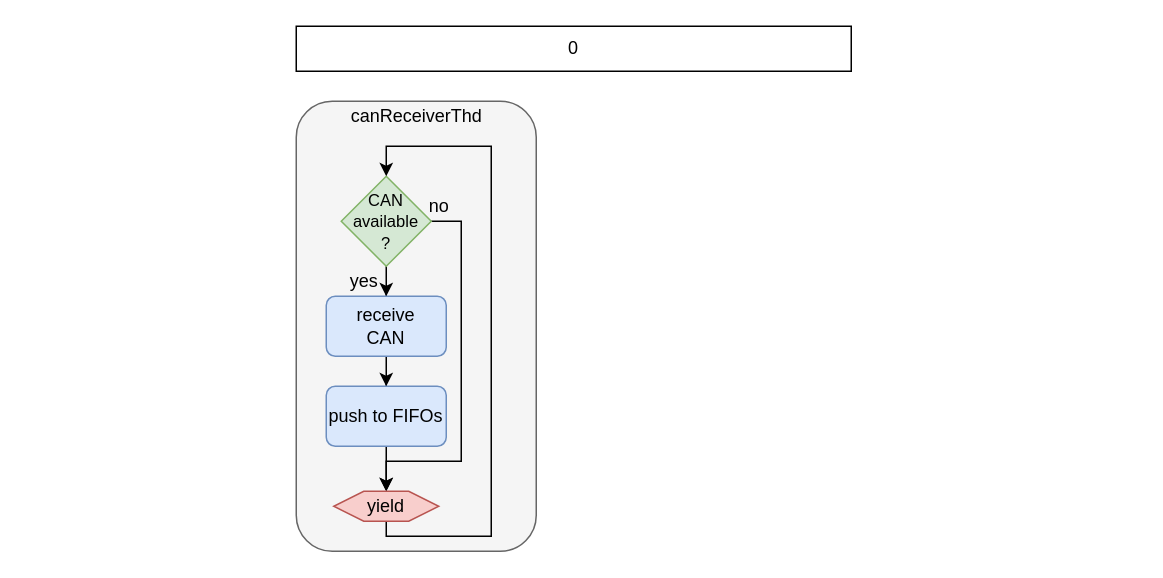
Earlier version of the draw.io diagram documentation/diagrams/SCU_threads.drawio (tjarker/Telemetry). Source tidied: cells renumbered, new cells numbered last; positions are measured from the earlier drawing's top-left corner, leaving out a move shared by most shapes. Both pictures are drawn from the tidied source at 150%, with x=0, y=0 at pixel (296, 26).
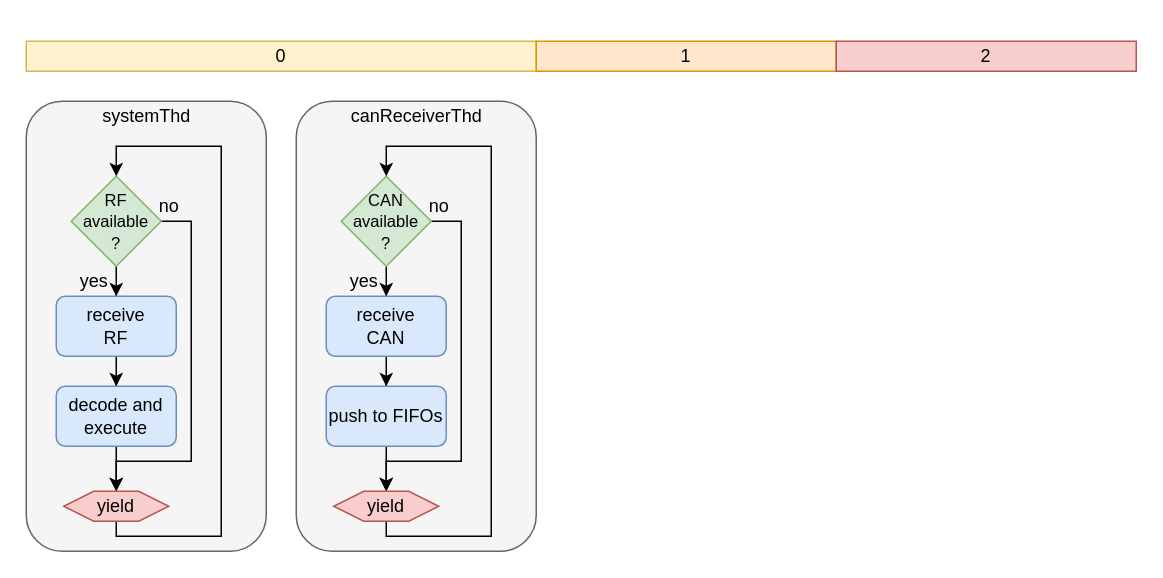
The same page after the edit.

The edit, as a diff of the source:
```diff
@@
-    <mxCell id="15" value="0" style="rounded=0;whiteSpace=wrap;html=1;" parent="1" vertex="1">
-      <mxGeometry width="370" height="30" as="geometry" />
+    <mxCell id="15" value="0" style="rounded=0;whiteSpace=wrap;html=1;fillColor=#fff2cc;strokeColor=#d6b656;" parent="1" vertex="1">
+      <mxGeometry x="-180" y="10" width="340" height="20" as="geometry" />
     </mxCell>
+    <mxCell id="16" style="rounded=1;whiteSpace=wrap;html=1;fillColor=#f5f5f5;strokeColor=#666666;fontColor=#333333;" parent="1" vertex="1">
+      <mxGeometry x="-180" y="50" width="160" height="300" as="geometry" />
+    </mxCell>
+    <mxCell id="17" value="systemThd" style="text;html=1;align=center;verticalAlign=middle;strokeColor=none;" parent="1" vertex="1">
+      <mxGeometry x="-135" y="50" width="70" height="20" as="geometry" />
+    </mxCell>
+    <mxCell id="18" style="edgeStyle=orthogonalEdgeStyle;rounded=0;jettySize=auto;html=1;entryX=0.5;entryY=0;entryDx=0;entryDy=0;" parent="1" edge="1" source="20" target="22">
+      <mxGeometry relative="1" as="geometry" />
+    </mxCell>
+    <mxCell id="19" style="edgeStyle=orthogonalEdgeStyle;rounded=0;jettySize=auto;html=1;exitX=1;exitY=0.5;exitDx=0;exitDy=0;entryX=0.5;entryY=0;entryDx=0;entryDy=0;" parent="1" edge="1" source="20" target="26">
+      <mxGeometry relative="1" as="geometry">
+        <Array as="points">
+          <mxPoint x="-70" y="130" />
+          <mxPoint x="-70" y="290" />
+          <mxPoint x="-120" y="290" />
+        </Array>
+      </mxGeometry>
+    </mxCell>
+    <mxCell id="20" value="&lt;font style=&quot;font-size: 11px&quot;&gt;RF&lt;br&gt;available&lt;br&gt;?&lt;/font&gt;" style="rhombus;whiteSpace=wrap;html=1;fillColor=#d5e8d4;strokeColor=#82b366;" parent="1" vertex="1">
+      <mxGeometry x="-150" y="100" width="60" height="60" as="geometry" />
+    </mxCell>
+    <mxCell id="21" style="edgeStyle=orthogonalEdgeStyle;rounded=0;jettySize=auto;html=1;entryX=0.5;entryY=0;entryDx=0;entryDy=0;" parent="1" edge="1" source="22" target="24">
+      <mxGeometry relative="1" as="geometry" />
+    </mxCell>
+    <mxCell id="22" value="receive&lt;br&gt;RF" style="rounded=1;whiteSpace=wrap;html=1;fillColor=#dae8fc;strokeColor=#6c8ebf;" parent="1" vertex="1">
+      <mxGeometry x="-160" y="180" width="80" height="40" as="geometry" />
+    </mxCell>
+    <mxCell id="23" style="edgeStyle=orthogonalEdgeStyle;rounded=0;jettySize=auto;html=1;exitX=0.5;exitY=1;exitDx=0;exitDy=0;entryX=0.5;entryY=0;entryDx=0;entryDy=0;" parent="1" edge="1" source="24" target="26">
+      <mxGeometry relative="1" as="geometry" />
+    </mxCell>
+    <mxCell id="24" value="decode and execute" style="rounded=1;whiteSpace=wrap;html=1;fillColor=#dae8fc;strokeColor=#6c8ebf;" parent="1" vertex="1">
+      <mxGeometry x="-160" y="240" width="80" height="40" as="geometry" />
+    </mxCell>
+    <mxCell id="25" style="edgeStyle=orthogonalEdgeStyle;rounded=0;jettySize=auto;html=1;exitX=0.5;exitY=1;exitDx=0;exitDy=0;entryX=0.5;entryY=0;entryDx=0;entryDy=0;" parent="1" edge="1" source="26" target="20">
+      <mxGeometry relative="1" as="geometry">
+        <Array as="points">
+          <mxPoint x="-120" y="340" />
+          <mxPoint x="-50" y="340" />
+          <mxPoint x="-50" y="80" />
+          <mxPoint x="-120" y="80" />
+        </Array>
+      </mxGeometry>
+    </mxCell>
+    <mxCell id="26" value="yield" style="shape=hexagon;perimeter=hexagonPerimeter2;whiteSpace=wrap;html=1;fixedSize=1;fillColor=#f8cecc;strokeColor=#b85450;" parent="1" vertex="1">
+      <mxGeometry x="-155" y="310" width="70" height="20" as="geometry" />
+    </mxCell>
+    <mxCell id="27" value="yes" style="text;html=1;align=center;verticalAlign=middle;strokeColor=none;" parent="1" vertex="1">
+      <mxGeometry x="-150" y="160" width="30" height="20" as="geometry" />
+    </mxCell>
+    <mxCell id="28" value="no" style="text;html=1;align=center;verticalAlign=middle;strokeColor=none;" parent="1" vertex="1">
+      <mxGeometry x="-100" y="110" width="30" height="20" as="geometry" />
+    </mxCell>
+    <mxCell id="29" value="1" style="rounded=0;whiteSpace=wrap;html=1;fillColor=#ffe6cc;strokeColor=#d79b00;" parent="1" vertex="1">
+      <mxGeometry x="160" y="10" width="200" height="20" as="geometry" />
+    </mxCell>
+    <mxCell id="30" value="2" style="rounded=0;whiteSpace=wrap;html=1;fillColor=#f8cecc;strokeColor=#b85450;" parent="1" vertex="1">
+      <mxGeometry x="360" y="10" width="200" height="20" as="geometry" />
+    </mxCell>
```
